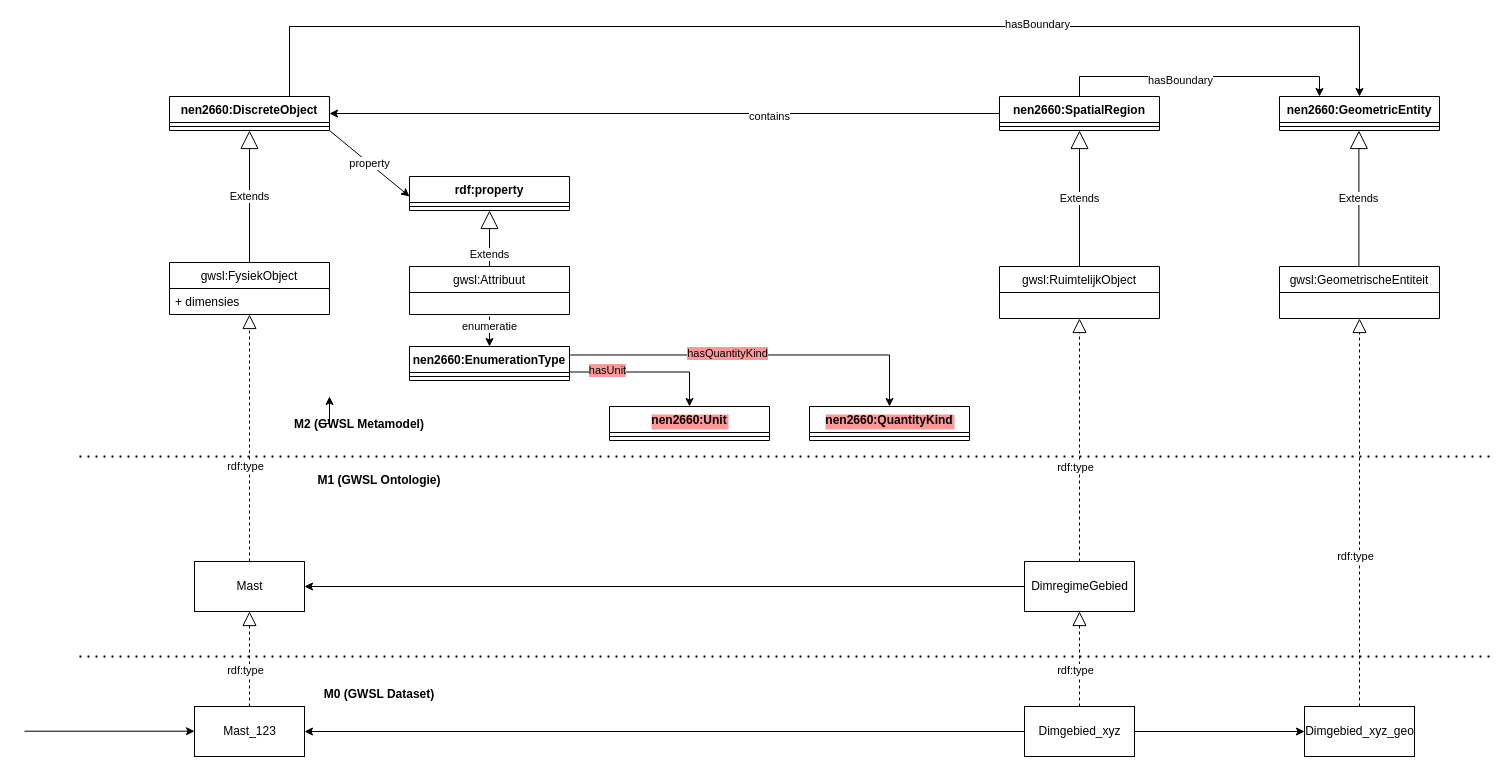
Earlier version of the draw.io diagram data/Werkgroep Modellering en Techniek/Model_GWSL_Laag1.drawio (Stichting-CROW/gwsl). Source tidied: cells renumbered, new cells numbered last; positions are measured from the earlier drawing's top-left corner, leaving out a move shared by most shapes. Both pictures are drawn from the tidied source at 100%, with x=0, y=0 at pixel (24, 26).
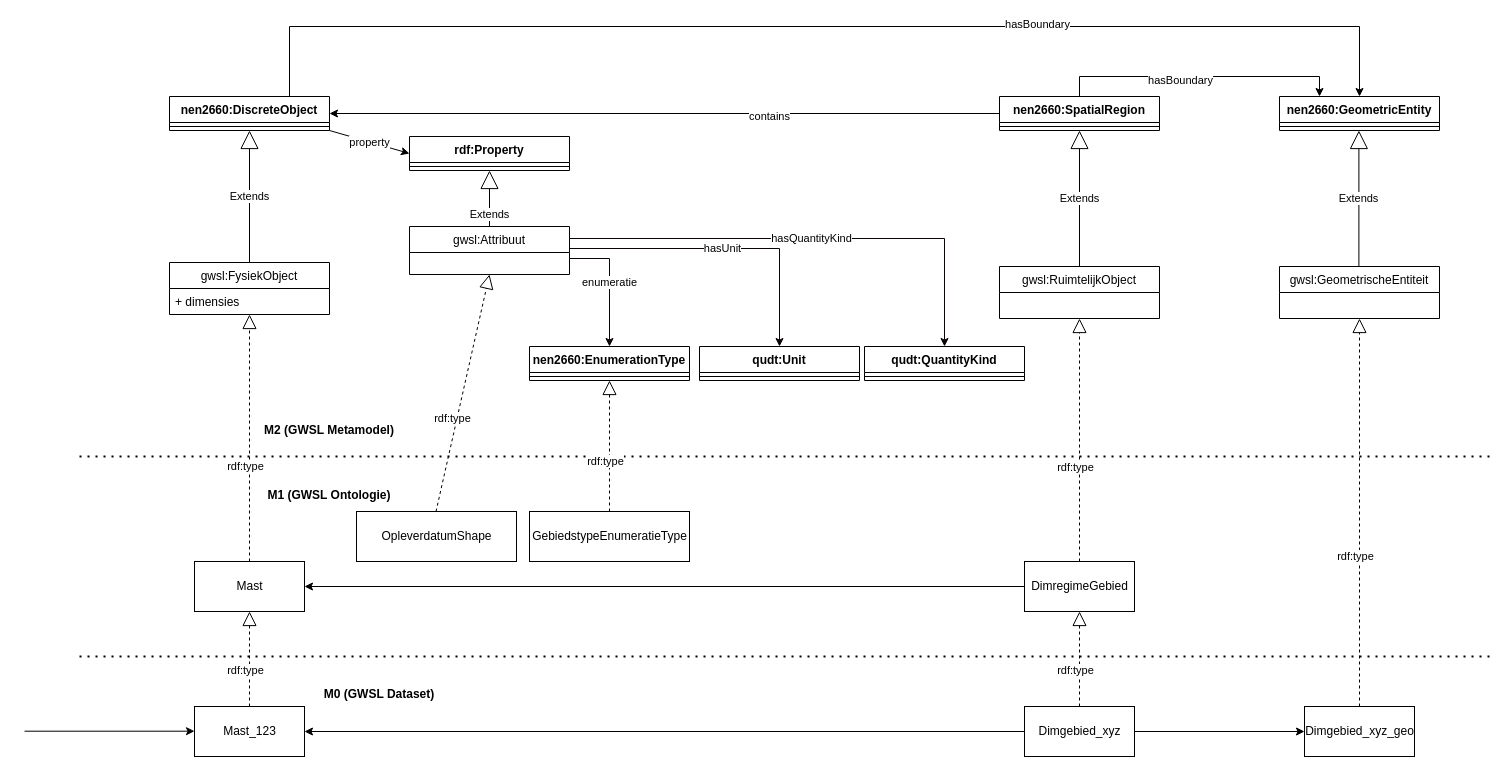
After the change.

The change refers to these unchanged cells:
```xml
<mxCell id="6" value="nen2660:DiscreteObject" style="swimlane;fontStyle=1;align=center;verticalAlign=top;horizontal=1;startSize=26;" parent="1" vertex="1">
  <mxGeometry x="145" y="70" width="160" height="34" as="geometry" />
</mxCell>
```

What changed in the source:
```diff
@@
     <mxCell id="34" value="M1 (GWSL Ontologie)" style="text;align=center;fontStyle=1;verticalAlign=middle;spacingLeft=3;spacingRight=3;strokeColor=none;" parent="1" vertex="1">
-      <mxGeometry x="315" y="440" width="80" height="26" as="geometry" />
+      <mxGeometry x="265" y="455" width="80" height="26" as="geometry" />
     </mxCell>
-    <mxCell id="35" style="edgeStyle=orthogonalEdgeStyle;rounded=0;jettySize=auto;html=1;exitX=0;exitY=0.5;exitDx=0;exitDy=0;" parent="1" edge="1" source="36">
-      <mxGeometry relative="1" as="geometry">
-        <mxPoint x="305" y="370" as="targetPoint" />
-      </mxGeometry>
-    </mxCell>
     <mxCell id="36" value="M2 (GWSL Metamodel)" style="text;align=center;fontStyle=1;verticalAlign=middle;spacingLeft=3;spacingRight=3;strokeColor=none;points=[[0,0.5],[1,0.5]];portConstraint=eastwest;" parent="1" vertex="1">
-      <mxGeometry x="295" y="384" width="80" height="26" as="geometry" />
+      <mxGeometry x="265" y="390" width="80" height="26" as="geometry" />
     </mxCell>
@@
-    <mxCell id="44" style="edgeStyle=orthogonalEdgeStyle;rounded=0;jettySize=auto;html=1;exitX=1;exitY=0.75;exitDx=0;exitDy=0;entryX=0.5;entryY=0;entryDx=0;entryDy=0;fillColor=#f8cecc;jumpStyle=arc;strokeColor=#0A0504;" parent="1" edge="1" source="46" target="48">
-      <mxGeometry relative="1" as="geometry">
-        <Array as="points">
-          <mxPoint x="665" y="346" />
-        </Array>
-      </mxGeometry>
-    </mxCell>
-    <mxCell id="45" value="hasUnit" style="edgeLabel;html=1;align=center;verticalAlign=middle;labelBackgroundColor=#FF9999;" parent="44" vertex="1">
-      <mxGeometry x="0.11" y="-1" relative="1" as="geometry">
-        <mxPoint x="-49" y="-3" as="offset" />
-      </mxGeometry>
-    </mxCell>
     <mxCell id="46" value="nen2660:EnumerationType" style="swimlane;fontStyle=1;align=center;verticalAlign=top;horizontal=1;startSize=26;" parent="1" vertex="1">
-      <mxGeometry x="385" y="320" width="160" height="34" as="geometry" />
+      <mxGeometry x="505" y="320" width="160" height="34" as="geometry" />
     </mxCell>
@@
-    <mxCell id="48" value="nen2660:Unit" style="swimlane;fontStyle=1;align=center;verticalAlign=top;horizontal=1;startSize=26;labelBackgroundColor=#FF9999;" parent="1" vertex="1">
-      <mxGeometry x="585" y="380" width="160" height="34" as="geometry" />
+    <mxCell id="48" value="qudt:Unit" style="swimlane;fontStyle=1;align=center;verticalAlign=top;horizontal=1;startSize=26;labelBackgroundColor=none;" parent="1" vertex="1">
+      <mxGeometry x="675" y="320" width="160" height="34" as="geometry" />
     </mxCell>
@@
-    <mxCell id="50" value="nen2660:QuantityKind" style="swimlane;fontStyle=1;align=center;verticalAlign=top;horizontal=1;startSize=26;labelBackgroundColor=#FF9999;" parent="1" vertex="1">
-      <mxGeometry x="785" y="380" width="160" height="34" as="geometry" />
+    <mxCell id="50" value="qudt:QuantityKind" style="swimlane;fontStyle=1;align=center;verticalAlign=top;horizontal=1;startSize=26;labelBackgroundColor=none;" parent="1" vertex="1">
+      <mxGeometry x="840" y="320" width="160" height="34" as="geometry" />
     </mxCell>
@@
-    <mxCell id="52" value="enumeratie" style="edgeStyle=orthogonalEdgeStyle;rounded=0;jettySize=auto;html=1;entryX=0.5;entryY=0;entryDx=0;entryDy=0;jumpStyle=arc;fillColor=#f8cecc;" parent="1" edge="1" target="46">
-      <mxGeometry x="-0.33" relative="1" as="geometry">
-        <mxPoint x="465" y="290" as="sourcePoint" />
-        <Array as="points">
-          <mxPoint x="465" y="300" />
-          <mxPoint x="465" y="300" />
-        </Array>
-      </mxGeometry>
-    </mxCell>
     <mxCell id="53" value="gwsl:Attribuut" style="swimlane;fontStyle=0;horizontal=1;startSize=26;strokeColor=#050302;fillColor=#FFFFFF;" parent="1" vertex="1">
-      <mxGeometry x="385" y="240" width="160" height="48" as="geometry" />
+      <mxGeometry x="385" y="200" width="160" height="48" as="geometry" />
     </mxCell>
-    <mxCell id="54" value="rdf:property" style="swimlane;fontStyle=1;align=center;verticalAlign=top;horizontal=1;startSize=26;strokeColor=#050302;fillColor=#FFFFFF;" parent="1" vertex="1">
-      <mxGeometry x="385" y="150" width="160" height="34" as="geometry" />
+    <mxCell id="54" value="rdf:Property" style="swimlane;fontStyle=1;align=center;verticalAlign=top;horizontal=1;startSize=26;strokeColor=#050302;fillColor=#FFFFFF;" parent="1" vertex="1">
+      <mxGeometry x="385" y="110" width="160" height="34" as="geometry" />
     </mxCell>
@@
-    <mxCell id="57" style="edgeStyle=orthogonalEdgeStyle;rounded=0;jettySize=auto;html=1;entryX=0.5;entryY=0;entryDx=0;entryDy=0;fillColor=#f8cecc;jumpStyle=arc;strokeColor=#0A0504;exitX=1;exitY=0.25;exitDx=0;exitDy=0;" parent="1" edge="1" source="46" target="50">
-      <mxGeometry relative="1" as="geometry" />
+    <mxCell id="57" value="hasQuantityKind" style="edgeStyle=orthogonalEdgeStyle;rounded=0;jettySize=auto;html=1;entryX=0.5;entryY=0;entryDx=0;entryDy=0;fillColor=#f8cecc;jumpStyle=arc;strokeColor=#0A0504;exitX=1;exitY=0.25;exitDx=0;exitDy=0;" parent="1" edge="1" source="53" target="50">
+      <mxGeometry relative="1" as="geometry">
+        <Array as="points">
+          <mxPoint x="920" y="212" />
+        </Array>
+      </mxGeometry>
     </mxCell>
-    <mxCell id="58" value="hasQuantityKind" style="edgeLabel;html=1;align=center;verticalAlign=middle;labelBackgroundColor=#FF9999;" parent="57" vertex="1">
-      <mxGeometry x="0.11" y="-1" relative="1" as="geometry">
-        <mxPoint x="-49" y="-3" as="offset" />
-      </mxGeometry>
-    </mxCell>
-    <mxCell id="59" value="property" style="endArrow=classic;html=1;exitX=1;exitY=1;exitDx=0;exitDy=0;" parent="1" edge="1" source="6">
-      <mxGeometry relative="1" as="geometry">
-        <mxPoint x="385" y="170" as="targetPoint" />
-      </mxGeometry>
+    <mxCell id="59" value="property" style="endArrow=classic;html=1;exitX=1;exitY=1;exitDx=0;exitDy=0;entryX=0;entryY=0.5;entryDx=0;entryDy=0;" parent="1" edge="1" source="6" target="54">
+      <mxGeometry relative="1" as="geometry" />
     </mxCell>
@@
+    <mxCell id="62" style="endArrow=block;dashed=1;endFill=0;endSize=12;html=1;entryX=0.5;entryY=1;entryDx=0;entryDy=0;exitX=0.5;exitY=0;exitDx=0;exitDy=0;" parent="1" edge="1" source="64" target="46">
+      <mxGeometry relative="1" as="geometry" />
+    </mxCell>
+    <mxCell id="63" value="rdf:type" style="edgeLabel;html=1;align=center;verticalAlign=middle;" parent="62" vertex="1">
+      <mxGeometry x="-0.22" y="5" relative="1" as="geometry" />
+    </mxCell>
+    <mxCell id="64" value="GebiedstypeEnumeratieType" style="html=1;" parent="1" vertex="1">
+      <mxGeometry x="505" y="485" width="160" height="50" as="geometry" />
+    </mxCell>
+    <mxCell id="45" value="hasUnit" style="edgeStyle=orthogonalEdgeStyle;rounded=0;jettySize=auto;html=1;entryX=0.5;entryY=0;entryDx=0;entryDy=0;fillColor=#f8cecc;jumpStyle=arc;strokeColor=#0A0504;exitX=1;exitY=0.5;exitDx=0;exitDy=0;" parent="1" edge="1" source="53" target="48">
+      <mxGeometry relative="1" as="geometry">
+        <Array as="points">
+          <mxPoint x="545" y="222" />
+          <mxPoint x="755" y="222" />
+        </Array>
+      </mxGeometry>
+    </mxCell>
+    <mxCell id="52" value="enumeratie" style="edgeStyle=orthogonalEdgeStyle;rounded=0;jettySize=auto;html=1;entryX=0.5;entryY=0;entryDx=0;entryDy=0;fillColor=#f8cecc;jumpStyle=arc;strokeColor=#0A0504;" parent="1" edge="1" target="46">
+      <mxGeometry relative="1" as="geometry">
+        <mxPoint x="545" y="232" as="sourcePoint" />
+        <Array as="points">
+          <mxPoint x="585" y="232" />
+        </Array>
+      </mxGeometry>
+    </mxCell>
+    <mxCell id="65" value="OpleverdatumShape" style="html=1;" parent="1" vertex="1">
+      <mxGeometry x="332" y="485" width="160" height="50" as="geometry" />
+    </mxCell>
+    <mxCell id="66" style="endArrow=block;dashed=1;endFill=0;endSize=12;html=1;entryX=0.5;entryY=1;entryDx=0;entryDy=0;exitX=0.5;exitY=0;exitDx=0;exitDy=0;" parent="1" edge="1" target="53">
+      <mxGeometry relative="1" as="geometry">
+        <mxPoint x="411.5" y="485" as="sourcePoint" />
+      </mxGeometry>
+    </mxCell>
+    <mxCell id="67" value="rdf:type" style="edgeLabel;html=1;align=center;verticalAlign=middle;" parent="66" vertex="1">
+      <mxGeometry x="-0.22" y="5" relative="1" as="geometry" />
+    </mxCell>
```
